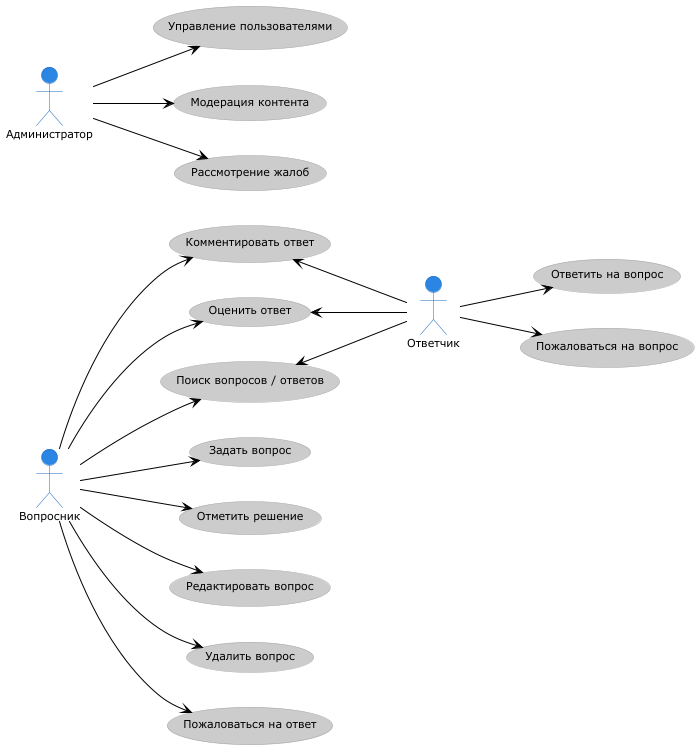
Above: Documents/Diagrams/UseCase.png in vekusxd/QAProphet (PlantUML), before the change. Its diagram source:
```plantuml
@startuml
!theme reddress-lightblue
left to right direction
"Вопросник" as Questioner
"Ответчик" as Answerer
"Администратор" as Admin

usecase (Задать вопрос) as UC1
usecase (Поиск вопросов / ответов) as UC2
usecase (Оценить ответ) as UC3
usecase (Отметить решение) as UC4
usecase (Редактировать вопрос) as UC5
usecase (Удалить вопрос) as UC6
usecase (Комментировать ответ) as UC7
usecase (Пожаловаться на ответ) as UC8

usecase (Ответить на вопрос) as UC9
usecase (Пожаловаться на вопрос) as UC10

usecase (Управление пользователями) as UC11
usecase (Модерация контента) as UC12
usecase (Рассмотрение жалоб) as UC13

Questioner --> UC1
Questioner --> UC2
Questioner --> UC3
Questioner --> UC4
Questioner --> UC5
Questioner --> UC6
Questioner --> UC7
Questioner --> UC8

Answerer -up-> UC2
Answerer -up-> UC3
Answerer -up-> UC7
Answerer --> UC9
Answerer --> UC10

Admin --> UC11
Admin --> UC12
Admin --> UC13

@enduml
```
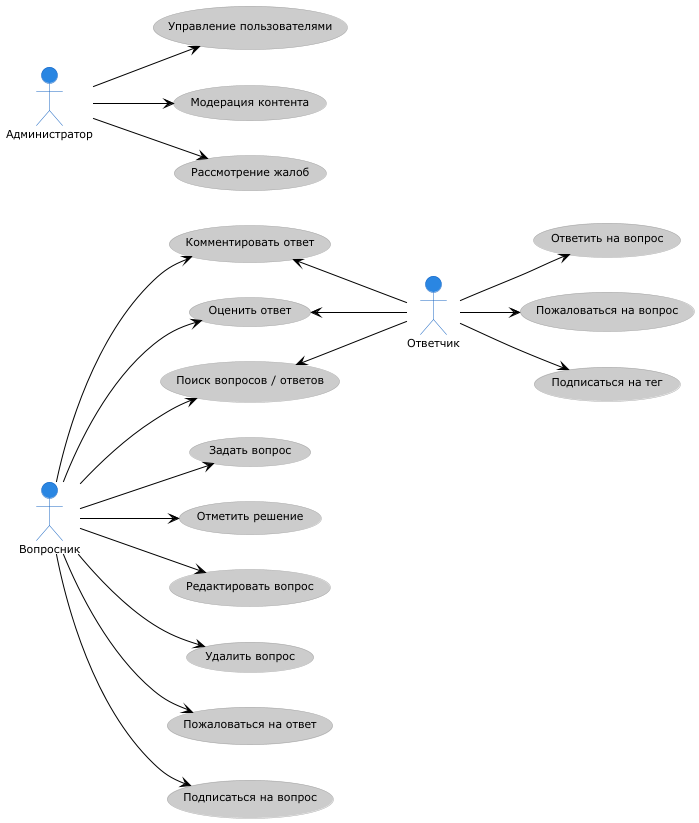
Later version of the same file.

Commit message:
more use cases

What changed in the source:
```diff
@@ -21,6 +21,9 @@
 usecase (Модерация контента) as UC12
 usecase (Рассмотрение жалоб) as UC13
 
+usecase (Подписаться на тег) AS UC14
+usecase (Подписаться на вопрос) AS UC15
+
 Questioner --> UC1
 Questioner --> UC2
 Questioner --> UC3
@@ -29,10 +32,12 @@
 Questioner --> UC6
 Questioner --> UC7
 Questioner --> UC8
+Questioner --> UC15
 
 Answerer -up-> UC2
 Answerer -up-> UC3
 Answerer -up-> UC7
+Answerer --> UC14
 Answerer --> UC9
 Answerer --> UC10
 
```
